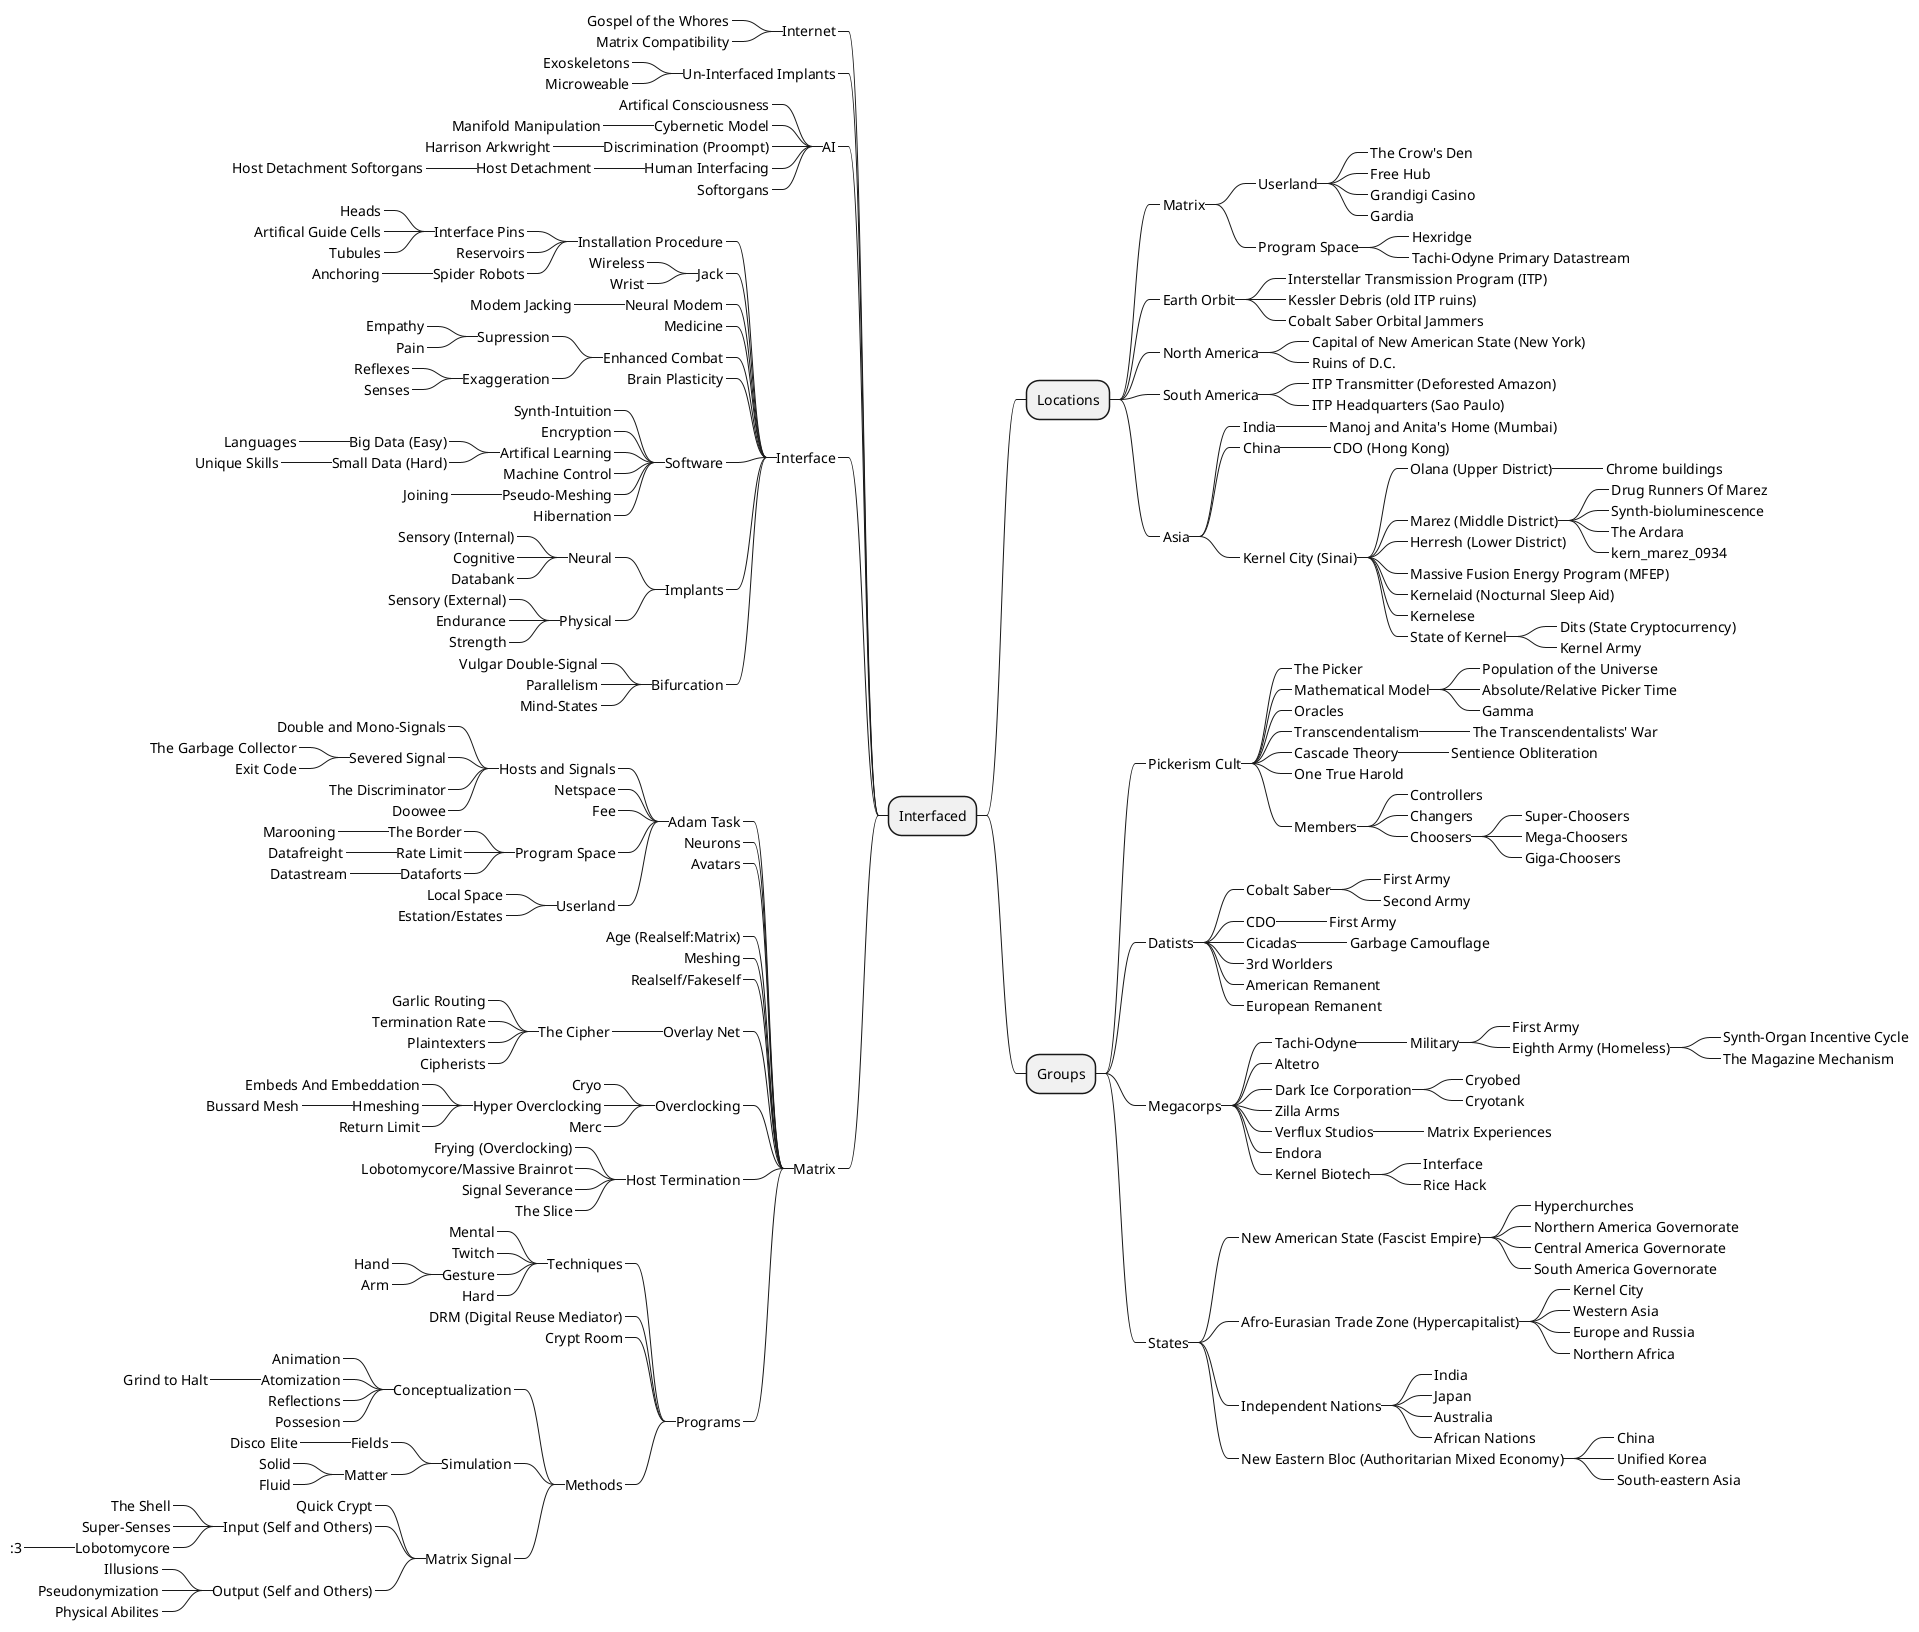
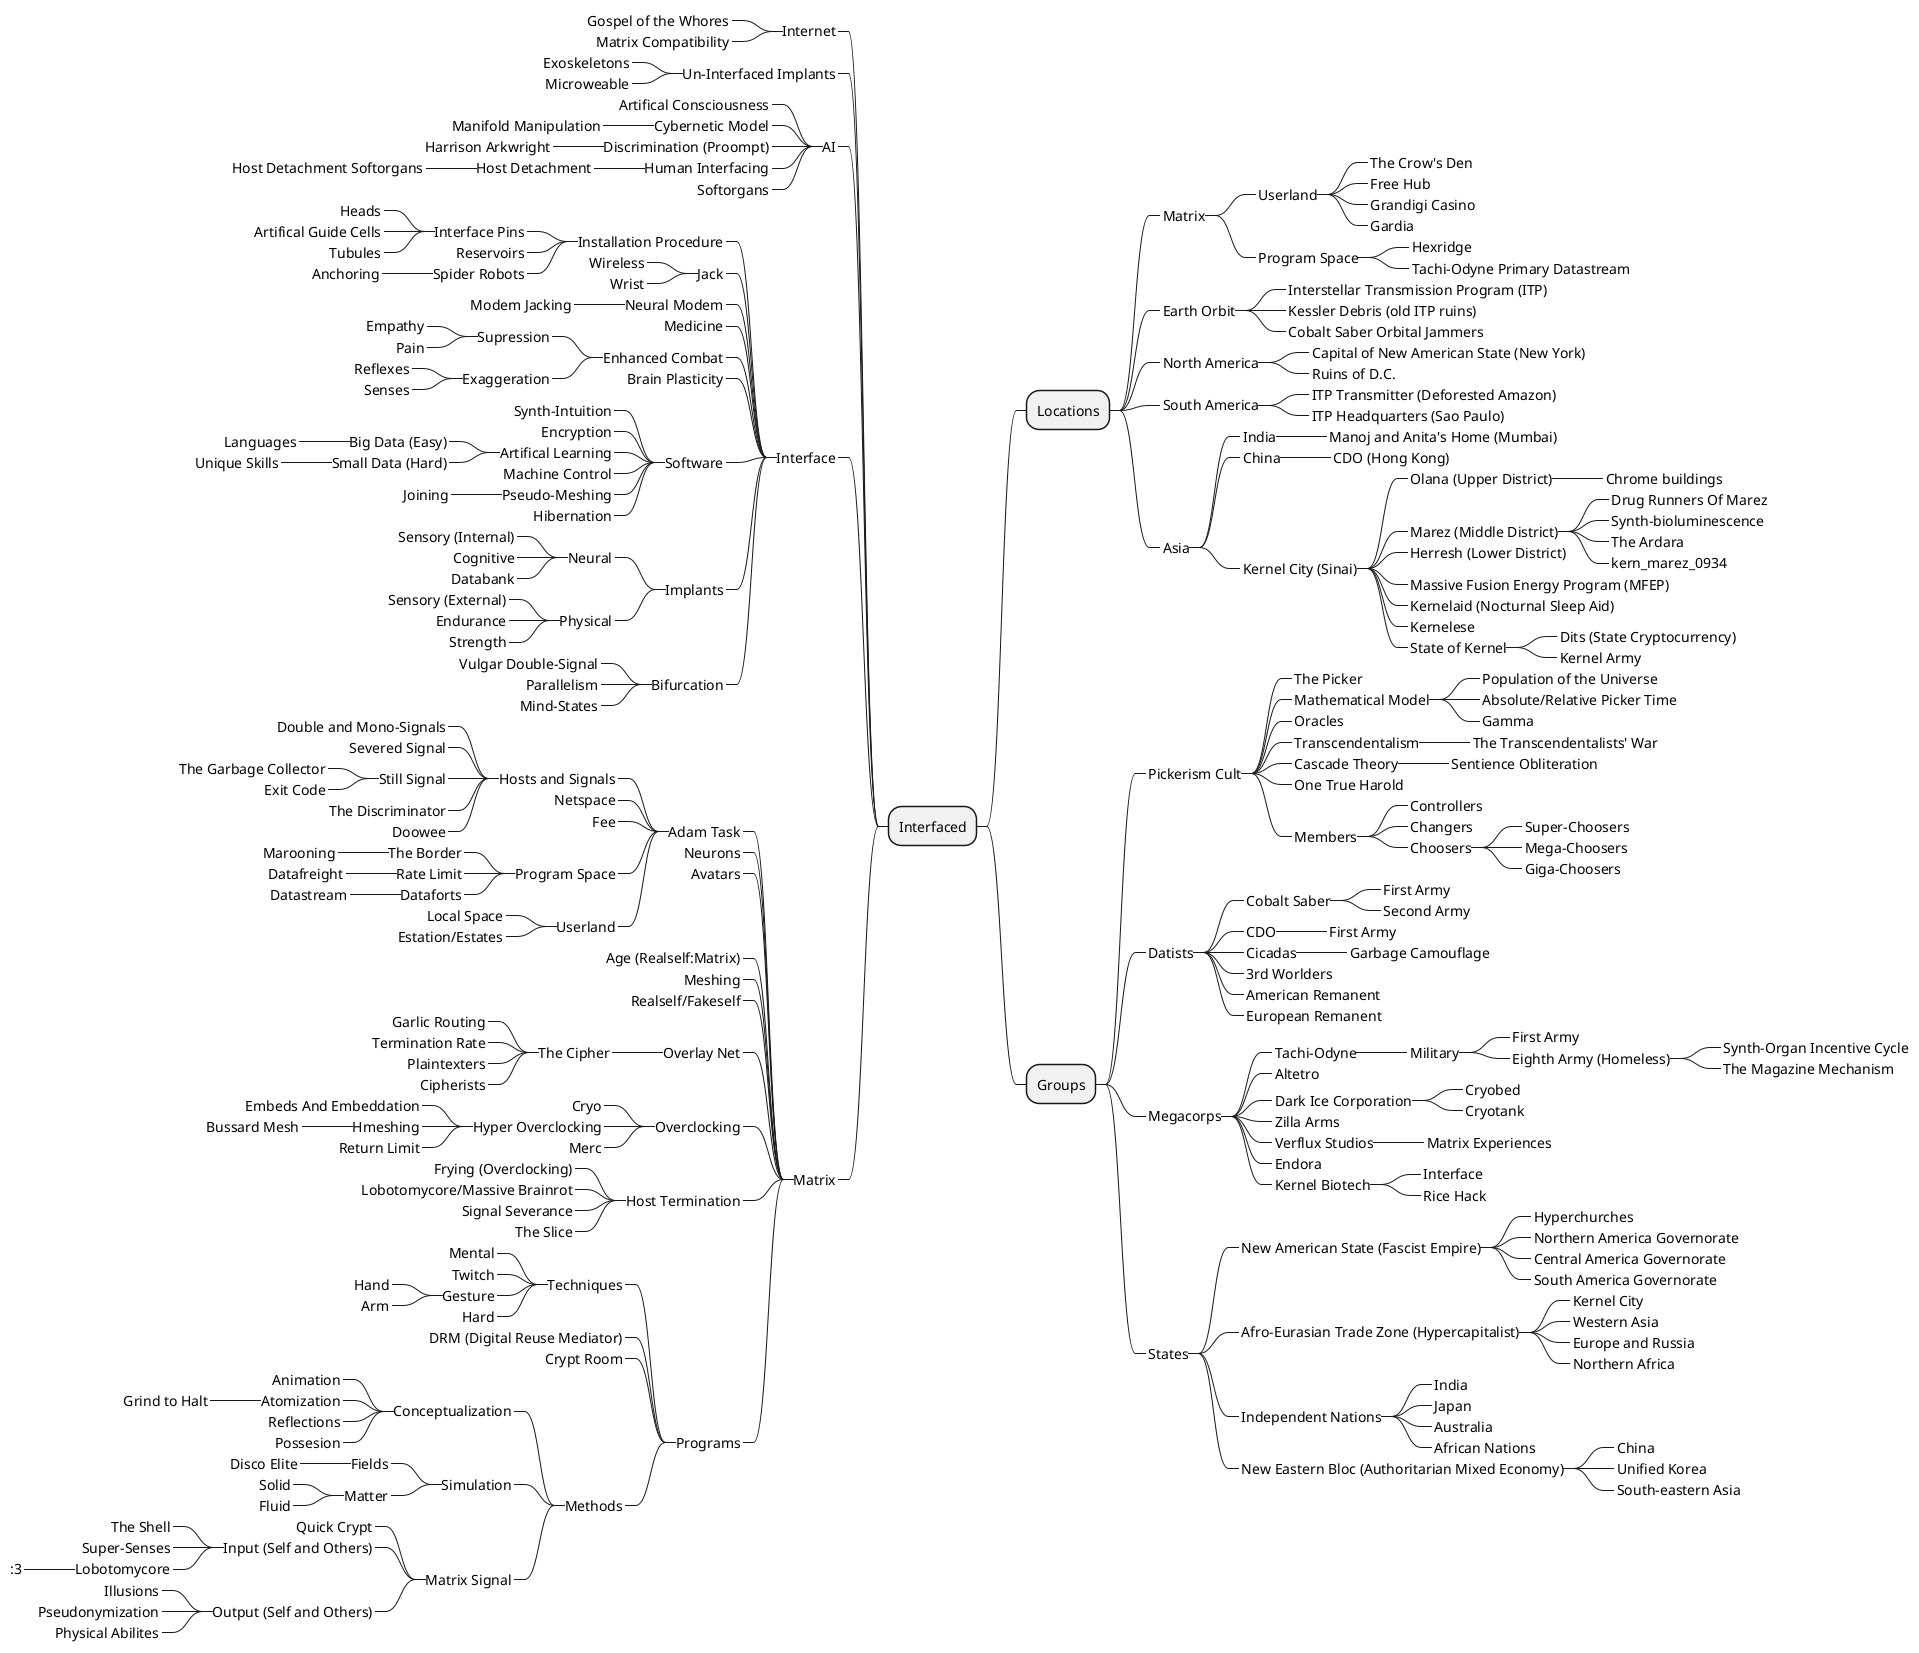
@startuml
@startmindmap Worldbuilding Map
+ Interfaced
++ Locations
+++_ Matrix
++++_ Userland
+++++_ The Crow's Den
+++++_ Free Hub
+++++_ Grandigi Casino
+++++_ Gardia
++++_ Program Space
+++++_ Hexridge
+++++_ Tachi-Odyne Primary Datastream
+++_ Earth Orbit
++++_ Interstellar Transmission Program (ITP)
++++_ Kessler Debris (old ITP ruins)
++++_ Cobalt Saber Orbital Jammers
+++_ North America
++++_ Capital of New American State (New York)
++++_ Ruins of D.C.
+++_ South America
++++_ ITP Transmitter (Deforested Amazon)
++++_ ITP Headquarters (Sao Paulo)
+++_ Asia
++++_ India
+++++_ Manoj and Anita's Home (Mumbai)
++++_ China
+++++_ CDO (Hong Kong)
++++_ Kernel City (Sinai)
+++++_ Olana (Upper District)
++++++_ Chrome buildings
+++++_ Marez (Middle District)
++++++_ Drug Runners Of Marez
++++++_ Synth-bioluminescence
++++++_ The Ardara
++++++_ kern_marez_0934
+++++_ Herresh (Lower District)
+++++_ Massive Fusion Energy Program (MFEP)
+++++_ Kernelaid (Nocturnal Sleep Aid)
+++++_ Kernelese
+++++_ State of Kernel
++++++_ Dits (State Cryptocurrency)
++++++_ Kernel Army
++ Groups
+++_ Pickerism Cult
++++_ The Picker
++++_ Mathematical Model
+++++_ Population of the Universe
+++++_ Absolute/Relative Picker Time
+++++_ Gamma
++++_ Oracles
++++_ Transcendentalism
+++++_ The Transcendentalists' War
++++_ Cascade Theory
+++++_ Sentience Obliteration
++++_ One True Harold
++++_ Members
+++++_ Controllers
+++++_ Changers
+++++_ Choosers
++++++_ Super-Choosers
++++++_ Mega-Choosers
++++++_ Giga-Choosers
+++_ Datists
++++_ Cobalt Saber
+++++_ First Army
+++++_ Second Army
++++_ CDO
+++++_ First Army
++++_ Cicadas
+++++_ Garbage Camouflage
++++_ 3rd Worlders
++++_ American Remanent
++++_ European Remanent
+++_ Megacorps
++++_ Tachi-Odyne
+++++_ Military
++++++_ First Army
++++++_ Eighth Army (Homeless)
+++++++_ Synth-Organ Incentive Cycle
+++++++_ The Magazine Mechanism
++++_ Altetro
++++_ Dark Ice Corporation
+++++_ Cryobed
+++++_ Cryotank
++++_ Zilla Arms
++++_ Verflux Studios
+++++_ Matrix Experiences
++++_ Endora
++++_ Kernel Biotech
+++++_ Interface
+++++_ Rice Hack
+++_ States
++++_ New American State (Fascist Empire)
+++++_ Hyperchurches
+++++_ Northern America Governorate
+++++_ Central America Governorate
+++++_ South America Governorate
++++_ Afro-Eurasian Trade Zone (Hypercapitalist)
+++++_ Kernel City
+++++_ Western Asia
+++++_ Europe and Russia
+++++_ Northern Africa
++++_ Independent Nations
+++++_ India
+++++_ Japan
+++++_ Australia
+++++_ African Nations
++++_ New Eastern Bloc (Authoritarian Mixed Economy)
+++++_ China
+++++_ Unified Korea
+++++_ South-eastern Asia
--_ Internet
---_ Gospel of the Whores
---_ Matrix Compatibility
--_ Un-Interfaced Implants
---_ Exoskeletons
---_ Microweable
--_ AI
---_ Artifical Consciousness
---_ Cybernetic Model
----_ Manifold Manipulation
---_ Discrimination (Proompt)
----_ Harrison Arkwright
---_ Human Interfacing
----_ Host Detachment
-----_ Host Detachment Softorgans
---_ Softorgans
--_ Interface
---_ Installation Procedure
----_ Interface Pins
-----_ Heads
-----_ Artifical Guide Cells
-----_ Tubules
----_ Reservoirs
----_ Spider Robots
-----_ Anchoring
---_ Jack
----_ Wireless
----_ Wrist
---_ Neural Modem
----_ Modem Jacking
---_ Medicine
---_ Enhanced Combat
----_ Supression
-----_ Empathy
-----_ Pain
----_ Exaggeration
-----_ Reflexes
-----_ Senses
---_ Brain Plasticity
---_ Software
----_ Synth-Intuition
----_ Encryption
----_ Artifical Learning
-----_ Big Data (Easy)
------_ Languages
-----_ Small Data (Hard)
------_ Unique Skills
----_ Machine Control
----_ Pseudo-Meshing
-----_ Joining
----_ Hibernation
---_ Implants
----_ Neural
-----_ Sensory (Internal)
-----_ Cognitive
-----_ Databank
----_ Physical
-----_ Sensory (External)
-----_ Endurance
-----_ Strength
---_ Bifurcation
----_ Vulgar Double-Signal
----_ Parallelism
----_ Mind-States
--_ Matrix
---_ Adam Task
----_ Hosts and Signals
-----_ Double and Mono-Signals
-----_ Severed Signal
+ -----_ Still Signal
------_ The Garbage Collector
------_ Exit Code
-----_ The Discriminator
-----_ Doowee
----_ Netspace
----_ Fee
----_ Program Space
-----_ The Border
------_ Marooning
-----_ Rate Limit
------_ Datafreight
-----_ Dataforts
------_ Datastream
----_ Userland
-----_ Local Space
-----_ Estation/Estates
---_ Neurons
---_ Avatars
---_ Age (Realself:Matrix)
---_ Meshing
---_ Realself/Fakeself
---_ Overlay Net
----_ The Cipher
-----_ Garlic Routing
-----_ Termination Rate
-----_ Plaintexters
-----_ Cipherists
---_ Overclocking
----_ Cryo
----_ Hyper Overclocking
-----_ Embeds And Embeddation
-----_ Hmeshing
------_ Bussard Mesh
-----_ Return Limit
----_ Merc
---_ Host Termination
----_ Frying (Overclocking)
----_ Lobotomycore/Massive Brainrot
----_ Signal Severance
----_ The Slice
---_ Programs
----_ Techniques
-----_ Mental
-----_ Twitch
-----_ Gesture
------_ Hand
------_ Arm
-----_ Hard
----_ DRM (Digital Reuse Mediator)
----_ Crypt Room
----_ Methods
-----_ Conceptualization
------_ Animation
------_ Atomization
-------_ Grind to Halt
------_ Reflections
------_ Possesion
-----_ Simulation
------_ Fields
-------_ Disco Elite
------_ Matter
-------_ Solid
-------_ Fluid
-----_ Matrix Signal
------_ Quick Crypt
------_ Input (Self and Others)
-------_ The Shell
-------_ Super-Senses
-------_ Lobotomycore
--------_ :3
------_ Output (Self and Others)
-------_ Illusions
-------_ Pseudonymization
-------_ Physical Abilites
@endmindmap
@enduml



